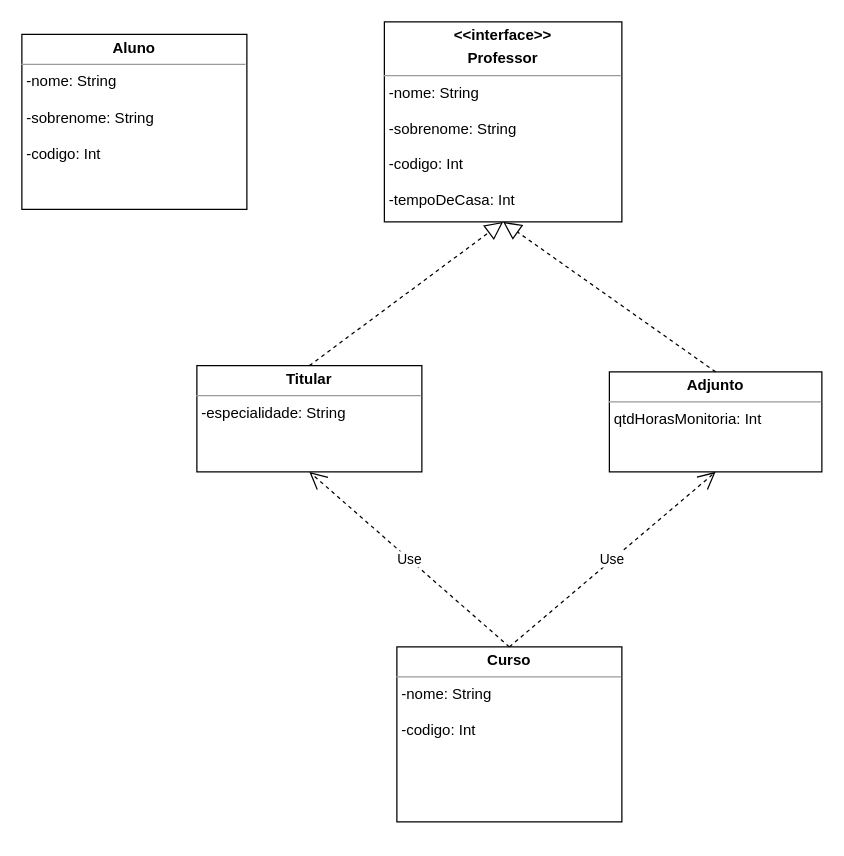
The draw.io diagram ParteE.drawio in MatheusHudson/Desafio, before the edit. Source tidied: cells renumbered, new cells numbered last; positions are measured from the earlier drawing's top-left corner, leaving out a move shared by most shapes. Both pictures are drawn from the tidied source at 125%, with x=0, y=0 at pixel (21, 21).
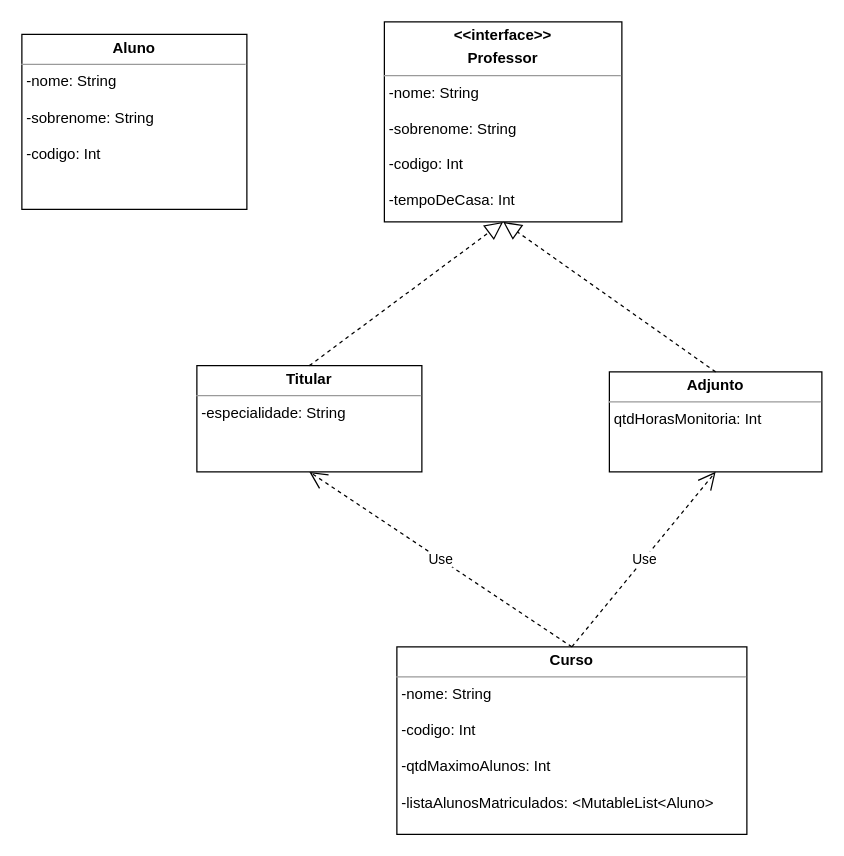
After the change.

What changed in the source:
```diff
@@
 <mxGraphModel>
   <root>
     <mxCell id="0" />
     <mxCell id="1" parent="0" />
     <mxCell id="2" value="&lt;p style=&quot;margin: 0px ; margin-top: 4px ; text-align: center&quot;&gt;&lt;b&gt;Aluno&lt;/b&gt;&lt;/p&gt;&lt;hr size=&quot;1&quot;&gt;&lt;p style=&quot;margin: 0px ; margin-left: 4px&quot;&gt;-nome: String&lt;/p&gt;&lt;p style=&quot;margin: 0px ; margin-left: 4px&quot;&gt;&lt;br&gt;&lt;/p&gt;&lt;p style=&quot;margin: 0px ; margin-left: 4px&quot;&gt;-sobrenome: String&lt;/p&gt;&lt;p style=&quot;margin: 0px ; margin-left: 4px&quot;&gt;&lt;br&gt;&lt;/p&gt;&lt;p style=&quot;margin: 0px ; margin-left: 4px&quot;&gt;-codigo: Int&lt;/p&gt;&lt;p style=&quot;margin: 0px ; margin-left: 4px&quot;&gt;&lt;br&gt;&lt;/p&gt;&lt;p style=&quot;margin: 0px ; margin-left: 4px&quot;&gt;&lt;br&gt;&lt;/p&gt;" style="verticalAlign=top;align=left;overflow=fill;fontSize=12;fontFamily=Helvetica;html=1;" parent="1" vertex="1">
       <mxGeometry y="10" width="180" height="140" as="geometry" />
     </mxCell>
-    <mxCell id="3" value="&lt;p style=&quot;margin: 0px ; margin-top: 4px ; text-align: center&quot;&gt;&lt;b&gt;Curso&lt;/b&gt;&lt;/p&gt;&lt;hr size=&quot;1&quot;&gt;&lt;p style=&quot;margin: 0px ; margin-left: 4px&quot;&gt;-nome: String&lt;/p&gt;&lt;p style=&quot;margin: 0px ; margin-left: 4px&quot;&gt;&lt;br&gt;&lt;/p&gt;&lt;p style=&quot;margin: 0px ; margin-left: 4px&quot;&gt;-codigo: Int&lt;/p&gt;&lt;p style=&quot;margin: 0px ; margin-left: 4px&quot;&gt;&lt;br&gt;&lt;/p&gt;&lt;p style=&quot;margin: 0px ; margin-left: 4px&quot;&gt;&lt;br&gt;&lt;/p&gt;&lt;p style=&quot;margin: 0px ; margin-left: 4px&quot;&gt;&lt;br&gt;&lt;/p&gt;&lt;p style=&quot;margin: 0px ; margin-left: 4px&quot;&gt;&lt;br&gt;&lt;/p&gt;" style="verticalAlign=top;align=left;overflow=fill;fontSize=12;fontFamily=Helvetica;html=1;" parent="1" vertex="1">
-      <mxGeometry x="300" y="500" width="180" height="140" as="geometry" />
+    <mxCell id="3" value="&lt;p style=&quot;margin: 0px ; margin-top: 4px ; text-align: center&quot;&gt;&lt;b&gt;Curso&lt;/b&gt;&lt;/p&gt;&lt;hr size=&quot;1&quot;&gt;&lt;p style=&quot;margin: 0px ; margin-left: 4px&quot;&gt;-nome: String&lt;/p&gt;&lt;p style=&quot;margin: 0px ; margin-left: 4px&quot;&gt;&lt;br&gt;&lt;/p&gt;&lt;p style=&quot;margin: 0px ; margin-left: 4px&quot;&gt;-codigo: Int&lt;/p&gt;&lt;p style=&quot;margin: 0px ; margin-left: 4px&quot;&gt;&lt;br&gt;&lt;/p&gt;&lt;p style=&quot;margin: 0px ; margin-left: 4px&quot;&gt;-qtdMaximoAlunos: Int&lt;/p&gt;&lt;p style=&quot;margin: 0px ; margin-left: 4px&quot;&gt;&lt;br&gt;&lt;/p&gt;&lt;p style=&quot;margin: 0px ; margin-left: 4px&quot;&gt;-listaAlunosMatriculados: &amp;lt;MutableList&amp;lt;Aluno&amp;gt;&lt;/p&gt;&lt;p style=&quot;margin: 0px ; margin-left: 4px&quot;&gt;&lt;br&gt;&lt;/p&gt;&lt;p style=&quot;margin: 0px ; margin-left: 4px&quot;&gt;&lt;br&gt;&lt;/p&gt;&lt;p style=&quot;margin: 0px ; margin-left: 4px&quot;&gt;&lt;br&gt;&lt;/p&gt;&lt;p style=&quot;margin: 0px ; margin-left: 4px&quot;&gt;&lt;br&gt;&lt;/p&gt;" style="verticalAlign=top;align=left;overflow=fill;fontSize=12;fontFamily=Helvetica;html=1;" parent="1" vertex="1">
+      <mxGeometry x="300" y="500" width="280" height="150" as="geometry" />
     </mxCell>
     <mxCell id="4" value="&lt;p style=&quot;margin: 0px ; margin-top: 4px ; text-align: center&quot;&gt;&lt;b&gt;&amp;lt;&amp;lt;interface&amp;gt;&amp;gt;&lt;/b&gt;&lt;/p&gt;&lt;p style=&quot;margin: 0px ; margin-top: 4px ; text-align: center&quot;&gt;&lt;b&gt;Professor&lt;/b&gt;&lt;/p&gt;&lt;hr size=&quot;1&quot;&gt;&lt;p style=&quot;margin: 0px ; margin-left: 4px&quot;&gt;-nome: String&lt;/p&gt;&lt;p style=&quot;margin: 0px ; margin-left: 4px&quot;&gt;&lt;br&gt;&lt;/p&gt;&lt;p style=&quot;margin: 0px ; margin-left: 4px&quot;&gt;-sobrenome: String&lt;/p&gt;&lt;p style=&quot;margin: 0px ; margin-left: 4px&quot;&gt;&lt;br&gt;&lt;/p&gt;&lt;p style=&quot;margin: 0px ; margin-left: 4px&quot;&gt;-codigo: Int&lt;/p&gt;&lt;p style=&quot;margin: 0px ; margin-left: 4px&quot;&gt;&lt;br&gt;&lt;/p&gt;&lt;p style=&quot;margin: 0px ; margin-left: 4px&quot;&gt;-tempoDeCasa: Int&lt;/p&gt;&lt;p style=&quot;margin: 0px ; margin-left: 4px&quot;&gt;&lt;br&gt;&lt;/p&gt;&lt;p style=&quot;margin: 0px ; margin-left: 4px&quot;&gt;&lt;br&gt;&lt;/p&gt;" style="verticalAlign=top;align=left;overflow=fill;fontSize=12;fontFamily=Helvetica;html=1;" parent="1" vertex="1">
       <mxGeometry x="290" width="190" height="160" as="geometry" />
     </mxCell>
     <mxCell id="5" value="&lt;p style=&quot;margin: 0px ; margin-top: 4px ; text-align: center&quot;&gt;&lt;b&gt;Titular&lt;/b&gt;&lt;br&gt;&lt;/p&gt;&lt;hr size=&quot;1&quot;&gt;&lt;p style=&quot;margin: 0px ; margin-left: 4px&quot;&gt;-especialidade: String&lt;/p&gt;&lt;p style=&quot;margin: 0px ; margin-left: 4px&quot;&gt;&lt;br&gt;&lt;/p&gt;" style="verticalAlign=top;align=left;overflow=fill;fontSize=12;fontFamily=Helvetica;html=1;" parent="1" vertex="1">
       <mxGeometry x="140" y="275" width="180" height="85" as="geometry" />
     </mxCell>
     <mxCell id="6" style="endArrow=block;dashed=1;endFill=0;endSize=12;html=1;entryX=0.5;entryY=1;entryDx=0;entryDy=0;exitX=0.5;exitY=0;exitDx=0;exitDy=0;" parent="1" edge="1" source="5" target="4">
       <mxGeometry relative="1" as="geometry" />
     </mxCell>
     <mxCell id="7" value="&lt;p style=&quot;margin: 0px ; margin-top: 4px ; text-align: center&quot;&gt;&lt;b&gt;Adjunto&lt;/b&gt;&lt;br&gt;&lt;/p&gt;&lt;hr size=&quot;1&quot;&gt;&lt;p style=&quot;margin: 0px ; margin-left: 4px&quot;&gt;qtdHorasMonitoria: Int&lt;/p&gt;&lt;p style=&quot;margin: 0px ; margin-left: 4px&quot;&gt;&lt;br&gt;&lt;/p&gt;&lt;p style=&quot;margin: 0px ; margin-left: 4px&quot;&gt;&lt;br&gt;&lt;/p&gt;" style="verticalAlign=top;align=left;overflow=fill;fontSize=12;fontFamily=Helvetica;html=1;" parent="1" vertex="1">
       <mxGeometry x="470" y="280" width="170" height="80" as="geometry" />
     </mxCell>
     <mxCell id="8" style="endArrow=block;dashed=1;endFill=0;endSize=12;html=1;entryX=0.5;entryY=1;entryDx=0;entryDy=0;exitX=0.5;exitY=0;exitDx=0;exitDy=0;" parent="1" edge="1" source="7" target="4">
       <mxGeometry relative="1" as="geometry" />
     </mxCell>
     <mxCell id="9" value="Use" style="endArrow=open;endSize=12;dashed=1;html=1;exitX=0.5;exitY=0;exitDx=0;exitDy=0;entryX=0.5;entryY=1;entryDx=0;entryDy=0;" parent="1" edge="1" source="3" target="5">
       <mxGeometry relative="1" as="geometry" />
     </mxCell>
     <mxCell id="10" value="Use" style="endArrow=open;endSize=12;dashed=1;html=1;entryX=0.5;entryY=1;entryDx=0;entryDy=0;exitX=0.5;exitY=0;exitDx=0;exitDy=0;" parent="1" edge="1" source="3" target="7">
       <mxGeometry relative="1" as="geometry" />
     </mxCell>
   </root>
 </mxGraphModel>
```
